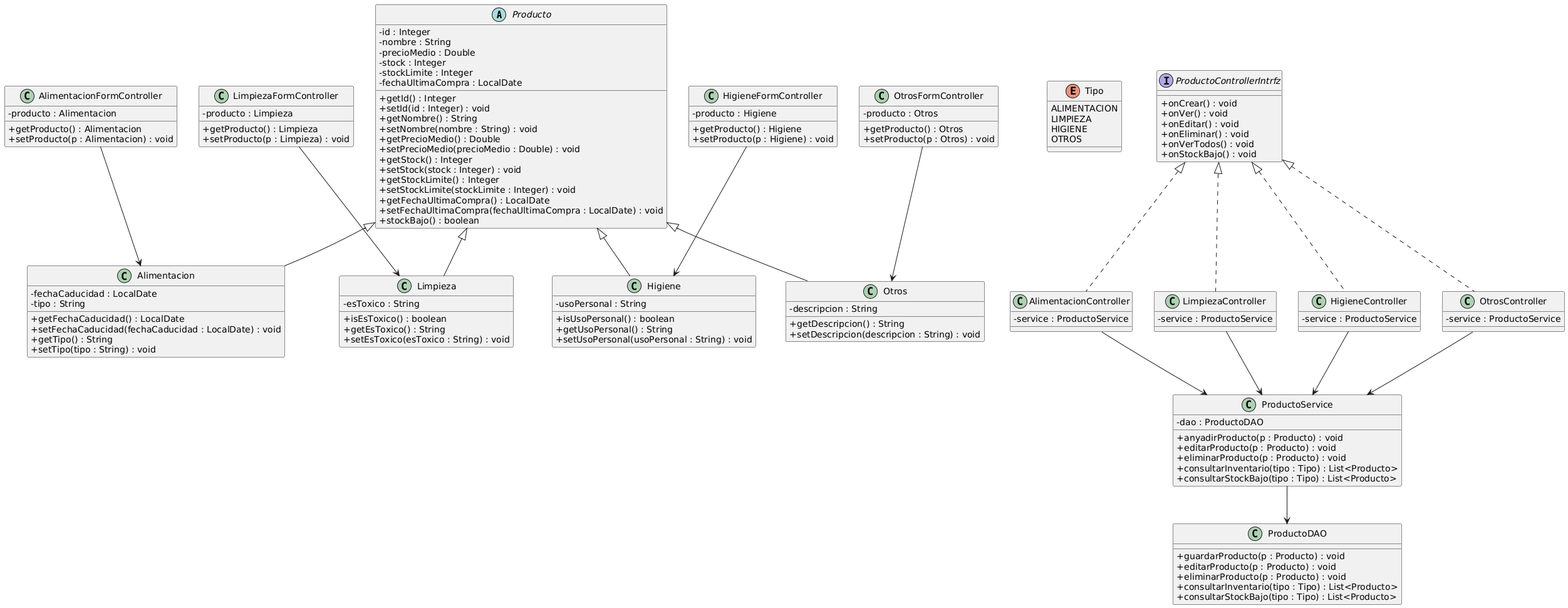
The PlantUML diagram src/main/resources/com/abeltran10/lista_compra/uml/diagrama_clases.png in abeltran10/lista_compra, before a commit.
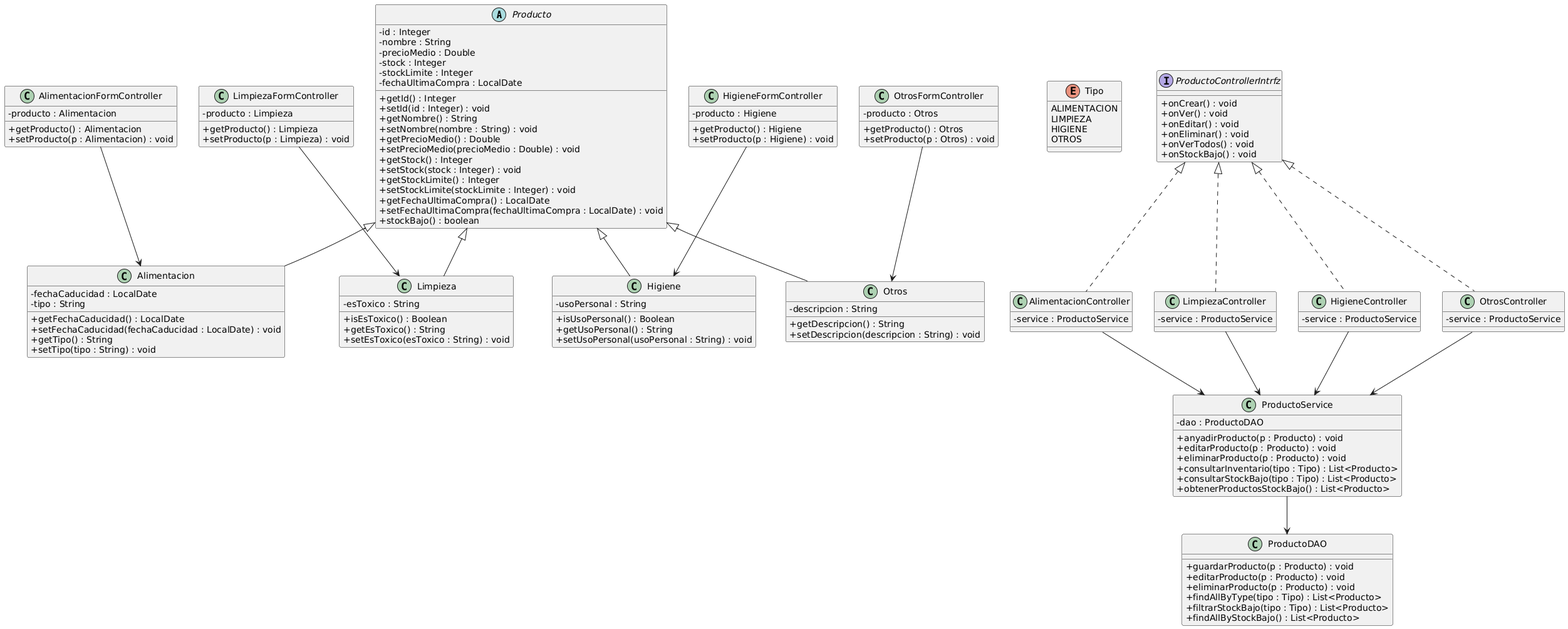
Later version of the same file.

The edit, as a diff of the source:
```diff
@@ -35,14 +35,14 @@
 
 class Limpieza {
     - esToxico : String
-    + isEsToxico() : boolean
+    + isEsToxico() : Boolean
     + getEsToxico() : String
     + setEsToxico(esToxico : String) : void
 }
 
 class Higiene {
     - usoPersonal : String
-    + isUsoPersonal() : boolean
+    + isUsoPersonal() : Boolean
     + getUsoPersonal() : String
     + setUsoPersonal(usoPersonal : String) : void
 }
@@ -69,8 +69,9 @@
     + guardarProducto(p : Producto) : void
     + editarProducto(p : Producto) : void
     + eliminarProducto(p : Producto) : void
-    + consultarInventario(tipo : Tipo) : List<Producto>
-    + consultarStockBajo(tipo : Tipo) : List<Producto>
+    + findAllByType(tipo : Tipo) : List<Producto>
+    + filtrarStockBajo(tipo : Tipo) : List<Producto>
+    + findAllByStockBajo() : List<Producto>
 }
 
 class ProductoService {
@@ -80,6 +81,7 @@
     + eliminarProducto(p : Producto) : void
     + consultarInventario(tipo : Tipo) : List<Producto>
     + consultarStockBajo(tipo : Tipo) : List<Producto>
+    + obtenerProductosStockBajo() : List<Producto>
 }
 
 ProductoService --> ProductoDAO
```
